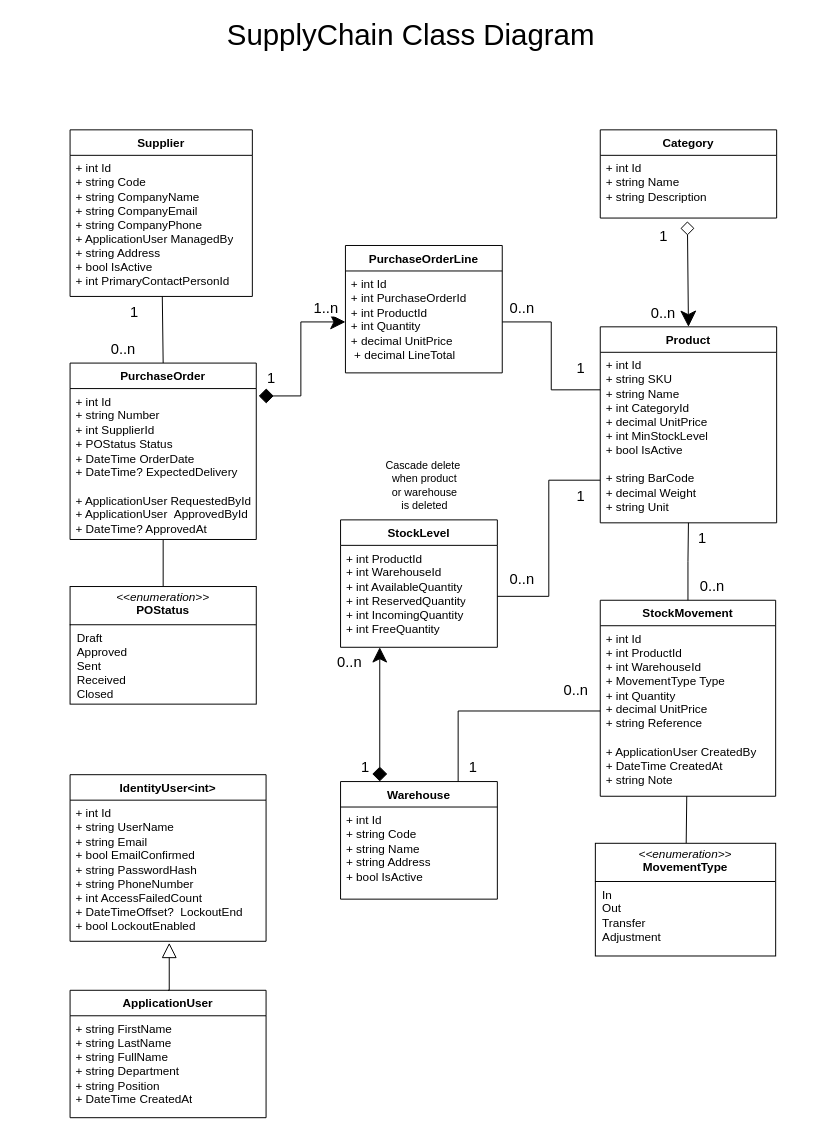
The draw.io diagram doc/uml/ClassDiagram_SupplyChain.drawio in Juzba/SupplyChain, before the edit. Source tidied: cells renumbered, new cells numbered last; positions are measured from the earlier drawing's top-left corner, leaving out a move shared by most shapes. Both pictures are drawn from the tidied source at 98%, with x=0, y=0 at pixel (17, 20).
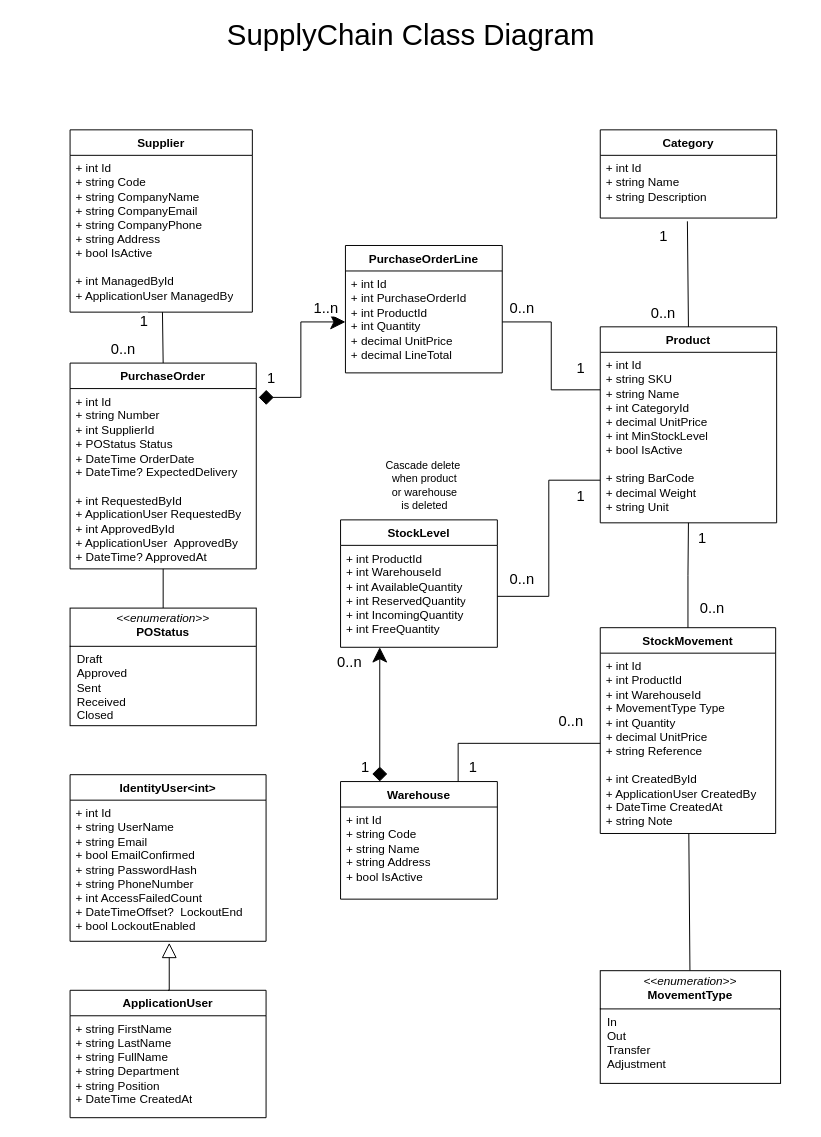
After the change.

Commit message (it also covers changes not shown here):
Uml classDiagram changes -> applicationuser

Unchanged cells that the change refers to:
```xml
<mxCell id="3" value="+ int Id&lt;div&gt;+ string Name&lt;/div&gt;&lt;div&gt;+ string Description&lt;/div&gt;" style="text;strokeColor=none;fillColor=none;align=left;verticalAlign=top;spacingLeft=4;spacingRight=4;overflow=hidden;points=[[0,0.5],[1,0.5]];portConstraint=eastwest;whiteSpace=wrap;html=1;" parent="2" vertex="1">
  <mxGeometry y="26" width="180" height="64" as="geometry" />
</mxCell>
<mxCell id="4" value="Product" style="swimlane;fontStyle=1;align=center;verticalAlign=top;horizontal=1;startSize=26;whiteSpace=wrap;html=1;rounded=0;shadow=0;swimlaneLine=1;glass=0;gradientColor=none;swimlaneFillColor=none;fillColor=default;points=[[0,0,0,0,0],[0,0.25,0,0,0],[0,0.5,0,0,0],[0,0.75,0,0,0],[0,1,0,0,0],[0.01,0.4,0,0,0],[0.25,0,0,0,0],[0.25,1,0,0,0],[0.5,0,0,0,0],[0.5,1,0,0,0],[0.75,0,0,0,0],[0.75,1,0,0,0],[1,0,0,0,0],[1,0.25,0,0,0],[1,0.5,0,0,0],[1,0.75,0,0,0],[1,1,0,0,0]];" parent="1" vertex="1">
  <mxGeometry x="595" y="313" width="180" height="200" as="geometry" />
</mxCell>
<mxCell id="22" value="&lt;div&gt;PurchaseOrderLine&lt;/div&gt;" style="swimlane;fontStyle=1;align=center;verticalAlign=top;horizontal=1;startSize=26;whiteSpace=wrap;html=1;" parent="1" vertex="1">
  <mxGeometry x="335" y="230" width="160" height="130" as="geometry" />
</mxCell>
```

Diff of the diagram source:
```diff
@@
     <mxCell id="9" value="StockMovement" style="swimlane;fontStyle=1;align=center;verticalAlign=top;horizontal=1;startSize=26;whiteSpace=wrap;html=1;" parent="1" vertex="1">
-      <mxGeometry x="595" y="592" width="179" height="200" as="geometry" />
+      <mxGeometry x="595" y="620" width="179" height="210" as="geometry" />
     </mxCell>
-    <mxCell id="10" value="+ int Id&lt;div&gt;+ int ProductId&lt;/div&gt;&lt;div&gt;+ int WarehouseId&lt;/div&gt;&lt;div&gt;+ MovementType Type&lt;/div&gt;&lt;div&gt;+ int Quantity&lt;/div&gt;&lt;div&gt;+ decimal UnitPrice&lt;/div&gt;&lt;div&gt;+ string Reference&lt;/div&gt;&lt;div&gt;&lt;br&gt;&lt;/div&gt;&lt;div&gt;+ ApplicationUser CreatedBy&lt;/div&gt;&lt;div&gt;+ DateTime CreatedAt&lt;/div&gt;&lt;div&gt;+ string Note&lt;/div&gt;" style="text;strokeColor=none;fillColor=none;align=left;verticalAlign=top;spacingLeft=4;spacingRight=4;overflow=hidden;portConstraint=eastwest;whiteSpace=wrap;html=1;" parent="9" vertex="1">
-      <mxGeometry y="26" width="179" height="174" as="geometry" />
+    <mxCell id="10" value="+ int Id&lt;div&gt;+ int ProductId&lt;/div&gt;&lt;div&gt;+ int WarehouseId&lt;/div&gt;&lt;div&gt;+ MovementType Type&lt;/div&gt;&lt;div&gt;+ int Quantity&lt;/div&gt;&lt;div&gt;+ decimal UnitPrice&lt;/div&gt;&lt;div&gt;+ string Reference&lt;/div&gt;&lt;div&gt;&lt;br&gt;&lt;/div&gt;&lt;div&gt;+ int CreatedById&lt;/div&gt;&lt;div&gt;+ ApplicationUser CreatedBy&lt;/div&gt;&lt;div&gt;+ DateTime CreatedAt&lt;/div&gt;&lt;div&gt;+ string Note&lt;/div&gt;" style="text;strokeColor=none;fillColor=none;align=left;verticalAlign=top;spacingLeft=4;spacingRight=4;overflow=hidden;portConstraint=eastwest;whiteSpace=wrap;html=1;" parent="9" vertex="1">
+      <mxGeometry y="26" width="179" height="184" as="geometry" />
     </mxCell>
@@
-    <mxCell id="13" style="endArrow=diamond;html=1;endSize=12;startArrow=classic;startSize=14;startFill=1;rounded=0;exitX=0.5;exitY=0;exitDx=0;exitDy=0;entryX=0.494;entryY=1.052;entryDx=0;entryDy=0;entryPerimeter=0;endFill=0;" parent="1" edge="1" source="4" target="3">
+    <mxCell id="13" style="endArrow=none;html=1;endSize=12;startArrow=none;startSize=14;startFill=0;rounded=0;exitX=0.5;exitY=0;exitDx=0;exitDy=0;entryX=0.494;entryY=1.052;entryDx=0;entryDy=0;entryPerimeter=0;endFill=0;" parent="1" edge="1" source="4" target="3">
       <mxGeometry relative="1" as="geometry" />
     </mxCell>
@@
     <mxCell id="17" value="&lt;div&gt;Supplier&lt;/div&gt;" style="swimlane;fontStyle=1;align=center;verticalAlign=top;horizontal=1;startSize=26;whiteSpace=wrap;html=1;" parent="1" vertex="1">
-      <mxGeometry x="54" y="112" width="186" height="170" as="geometry" />
+      <mxGeometry x="54" y="112" width="186" height="186" as="geometry" />
     </mxCell>
-    <mxCell id="18" value="+ int Id&lt;div&gt;+ string Code&lt;/div&gt;&lt;div&gt;+ string CompanyName&lt;/div&gt;&lt;div&gt;+ string CompanyEmail&lt;/div&gt;&lt;div&gt;+ string CompanyPhone&lt;/div&gt;&lt;div&gt;+ ApplicationUser ManagedBy&lt;/div&gt;&lt;div&gt;+ string Address&lt;/div&gt;&lt;div&gt;+ bool IsActive&lt;/div&gt;&lt;div&gt;+ int PrimaryContactPersonId&lt;/div&gt;" style="text;strokeColor=none;fillColor=none;align=left;verticalAlign=top;spacingLeft=4;spacingRight=4;overflow=hidden;whiteSpace=wrap;html=1;" parent="17" vertex="1">
-      <mxGeometry y="26" width="186" height="144" as="geometry" />
+    <mxCell id="18" value="+ int Id&lt;div&gt;+ string Code&lt;/div&gt;&lt;div&gt;+ string CompanyName&lt;/div&gt;&lt;div&gt;+ string CompanyEmail&lt;/div&gt;&lt;div&gt;+ string CompanyPhone&lt;/div&gt;&lt;div&gt;+ string Address&lt;/div&gt;&lt;div&gt;+ bool IsActive&lt;/div&gt;&lt;div&gt;&lt;br&gt;&lt;/div&gt;&lt;div&gt;+ int ManagedById&lt;/div&gt;&lt;div&gt;+ ApplicationUser ManagedBy&lt;/div&gt;" style="text;strokeColor=none;fillColor=none;align=left;verticalAlign=top;spacingLeft=4;spacingRight=4;overflow=hidden;whiteSpace=wrap;html=1;" parent="17" vertex="1">
+      <mxGeometry y="26" width="186" height="160" as="geometry" />
     </mxCell>
@@
     <mxCell id="20" value="&lt;div&gt;PurchaseOrder&lt;/div&gt;" style="swimlane;fontStyle=1;align=center;verticalAlign=top;horizontal=1;startSize=26;whiteSpace=wrap;html=1;" parent="1" vertex="1">
-      <mxGeometry x="54" y="350" width="190" height="180" as="geometry" />
+      <mxGeometry x="54" y="350" width="190" height="210" as="geometry" />
     </mxCell>
-    <mxCell id="21" value="+ int Id&lt;div&gt;+ string Number&lt;/div&gt;&lt;div&gt;+ int SupplierId&lt;/div&gt;&lt;div&gt;+ POStatus Status&lt;/div&gt;&lt;div&gt;+ DateTime OrderDate&lt;/div&gt;&lt;div&gt;+ DateTime? ExpectedDelivery&lt;/div&gt;&lt;div&gt;&lt;br&gt;&lt;/div&gt;&lt;div&gt;+ ApplicationUser RequestedById&lt;/div&gt;&lt;div&gt;+ ApplicationUser&amp;nbsp;&amp;nbsp;ApprovedById&lt;/div&gt;&lt;div&gt;+ DateTime? ApprovedAt&lt;/div&gt;" style="text;strokeColor=none;fillColor=none;align=left;verticalAlign=top;spacingLeft=4;spacingRight=4;overflow=hidden;portConstraint=eastwest;whiteSpace=wrap;html=1;" parent="20" vertex="1">
-      <mxGeometry y="26" width="190" height="154" as="geometry" />
+    <mxCell id="21" value="+ int Id&lt;div&gt;+ string Number&lt;/div&gt;&lt;div&gt;+ int SupplierId&lt;/div&gt;&lt;div&gt;+ POStatus Status&lt;/div&gt;&lt;div&gt;+ DateTime OrderDate&lt;/div&gt;&lt;div&gt;+ DateTime? ExpectedDelivery&lt;/div&gt;&lt;div&gt;&lt;br&gt;&lt;/div&gt;&lt;div&gt;+ int RequestedById&lt;/div&gt;&lt;div&gt;+ ApplicationUser RequestedBy&lt;/div&gt;&lt;div&gt;+ int ApprovedById&lt;/div&gt;&lt;div&gt;+ ApplicationUser&amp;nbsp;&amp;nbsp;ApprovedBy&lt;/div&gt;&lt;div&gt;+ DateTime? ApprovedAt&lt;/div&gt;" style="text;strokeColor=none;fillColor=none;align=left;verticalAlign=top;spacingLeft=4;spacingRight=4;overflow=hidden;portConstraint=eastwest;whiteSpace=wrap;html=1;" parent="20" vertex="1">
+      <mxGeometry y="26" width="190" height="184" as="geometry" />
     </mxCell>
@@
-    <mxCell id="23" value="+ int Id&lt;div&gt;+ int PurchaseOrderId&lt;/div&gt;&lt;div&gt;+ int ProductId&lt;/div&gt;&lt;div&gt;+ int Quantity&lt;/div&gt;&lt;div&gt;+ decimal UnitPrice&lt;/div&gt;&lt;div&gt;&amp;nbsp;+ decimal LineTotal&lt;/div&gt;&lt;div&gt;&lt;br&gt;&lt;/div&gt;" style="text;strokeColor=none;fillColor=none;align=left;verticalAlign=top;spacingLeft=4;spacingRight=4;overflow=hidden;portConstraint=eastwest;whiteSpace=wrap;html=1;" parent="22" vertex="1">
+    <mxCell id="23" value="+ int Id&lt;div&gt;+ int PurchaseOrderId&lt;/div&gt;&lt;div&gt;+ int ProductId&lt;/div&gt;&lt;div&gt;+ int Quantity&lt;/div&gt;&lt;div&gt;+ decimal UnitPrice&lt;/div&gt;&lt;div&gt;+ decimal LineTotal&lt;/div&gt;&lt;div&gt;&lt;br&gt;&lt;/div&gt;" style="text;strokeColor=none;fillColor=none;align=left;verticalAlign=top;spacingLeft=4;spacingRight=4;overflow=hidden;portConstraint=eastwest;whiteSpace=wrap;html=1;" parent="22" vertex="1">
       <mxGeometry y="26" width="160" height="104" as="geometry" />
     </mxCell>
     <mxCell id="24" value="&lt;p style=&quot;margin:0px;margin-top:4px;text-align:center;&quot;&gt;&lt;i&gt;&amp;lt;&amp;lt;enumeration&amp;gt;&amp;gt;&lt;/i&gt;&lt;br&gt;&lt;b&gt;MovementType&lt;/b&gt;&lt;/p&gt;&lt;hr size=&quot;1&quot; style=&quot;border-style:solid;&quot;&gt;&lt;p style=&quot;margin:0px;margin-left:4px;&quot;&gt;&amp;nbsp;In&lt;/p&gt;&lt;p style=&quot;margin:0px;margin-left:4px;&quot;&gt;&amp;nbsp;Out&lt;/p&gt;&lt;p style=&quot;margin:0px;margin-left:4px;&quot;&gt;&amp;nbsp;Transfer&lt;/p&gt;&lt;p style=&quot;margin:0px;margin-left:4px;&quot;&gt;&amp;nbsp;Adjustment&lt;br&gt;&lt;br&gt;&lt;/p&gt;&lt;p style=&quot;margin:0px;margin-left:4px;&quot;&gt;&lt;br&gt;&lt;/p&gt;" style="verticalAlign=top;align=left;overflow=fill;html=1;whiteSpace=wrap;" parent="1" vertex="1">
-      <mxGeometry x="590" y="840" width="184" height="115" as="geometry" />
+      <mxGeometry x="595" y="970" width="184" height="115" as="geometry" />
     </mxCell>
     <mxCell id="25" value="&lt;p style=&quot;margin:0px;margin-top:4px;text-align:center;&quot;&gt;&lt;i&gt;&amp;lt;&amp;lt;enumeration&amp;gt;&amp;gt;&lt;/i&gt;&lt;br&gt;&lt;b&gt;POStatus&lt;/b&gt;&lt;/p&gt;&lt;hr size=&quot;1&quot; style=&quot;border-style:solid;&quot;&gt;&lt;p style=&quot;margin:0px;margin-left:4px;&quot;&gt;&amp;nbsp;Draft&lt;/p&gt;&lt;p style=&quot;margin:0px;margin-left:4px;&quot;&gt;&amp;nbsp;Approved&lt;/p&gt;&lt;p style=&quot;margin:0px;margin-left:4px;&quot;&gt;&amp;nbsp;Sent&lt;/p&gt;&lt;p style=&quot;margin:0px;margin-left:4px;&quot;&gt;&amp;nbsp;Received&lt;/p&gt;&lt;p style=&quot;margin:0px;margin-left:4px;&quot;&gt;&amp;nbsp;Closed&lt;/p&gt;&lt;p style=&quot;margin:0px;margin-left:4px;&quot;&gt;&lt;br&gt;&lt;/p&gt;&lt;p style=&quot;margin:0px;margin-left:4px;&quot;&gt;&lt;br&gt;&lt;/p&gt;" style="verticalAlign=top;align=left;overflow=fill;html=1;whiteSpace=wrap;" parent="1" vertex="1">
-      <mxGeometry x="54" y="578" width="190" height="120" as="geometry" />
+      <mxGeometry x="54" y="600" width="190" height="120" as="geometry" />
     </mxCell>
@@
     <mxCell id="33" value="1" style="edgeLabel;html=1;align=right;verticalAlign=top;fontSize=15;" parent="1" vertex="1">
-      <mxGeometry x="124" y="282" as="geometry" />
+      <mxGeometry x="134" y="292" as="geometry" />
     </mxCell>
@@
     <mxCell id="43" value="0..n" style="text;html=1;align=center;verticalAlign=middle;strokeColor=none;fillColor=none;fontFamily=Helvetica;fontSize=15;fontColor=default;labelBackgroundColor=default;" parent="1" vertex="1">
-      <mxGeometry x="545" y="668" width="50" height="30" as="geometry" />
+      <mxGeometry x="540" y="700" width="50" height="30" as="geometry" />
     </mxCell>
@@
     <mxCell id="51" value="0..n" style="text;html=1;align=center;verticalAlign=middle;strokeColor=none;fillColor=none;fontFamily=Helvetica;fontSize=15;fontColor=default;labelBackgroundColor=default;" parent="1" vertex="1">
-      <mxGeometry x="684" y="562" width="50" height="30" as="geometry" />
+      <mxGeometry x="684" y="585" width="50" height="30" as="geometry" />
     </mxCell>
```
